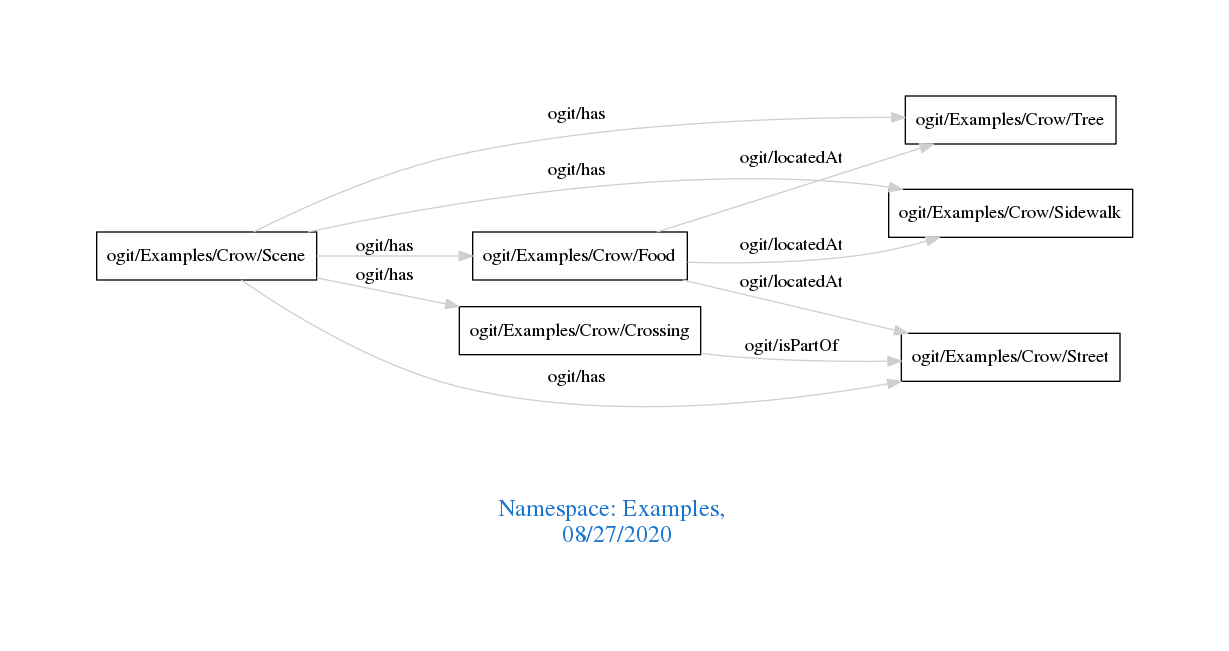
The Graphviz diagram downloads/Examples.png in arago/OGIT, before a commit. Its source is kept beside it as downloads/Examples.dot.
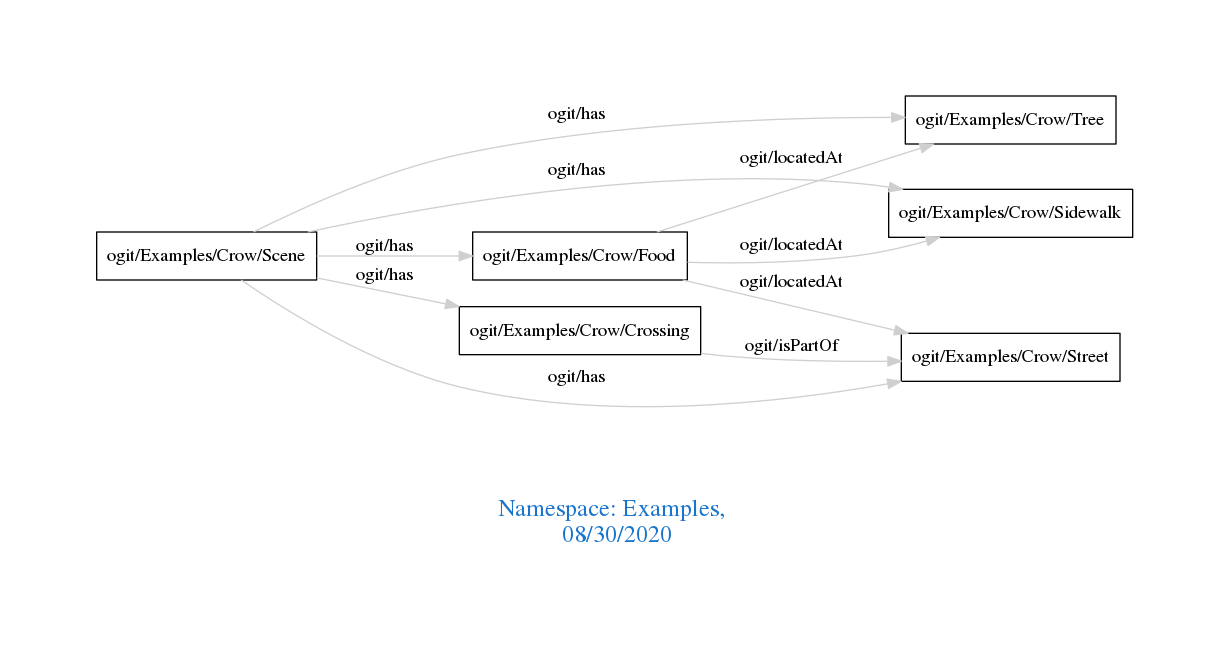
The same file after the commit.

The edit, as a diff of the source:
```diff
@@ -1,7 +1,7 @@
 digraph OGIT_ontology {
  graph [ rankdir= LR,pad=1
 fontsize = 18,
-fontcolor= dodgerblue3,label = "\n\n\nNamespace: Examples, \n 08/27/2020"];
+fontcolor= dodgerblue3,label = "\n\n\nNamespace: Examples, \n 08/30/2020"];
 node[shape=polygon];
 edge [  color="gray81"];
 
```
